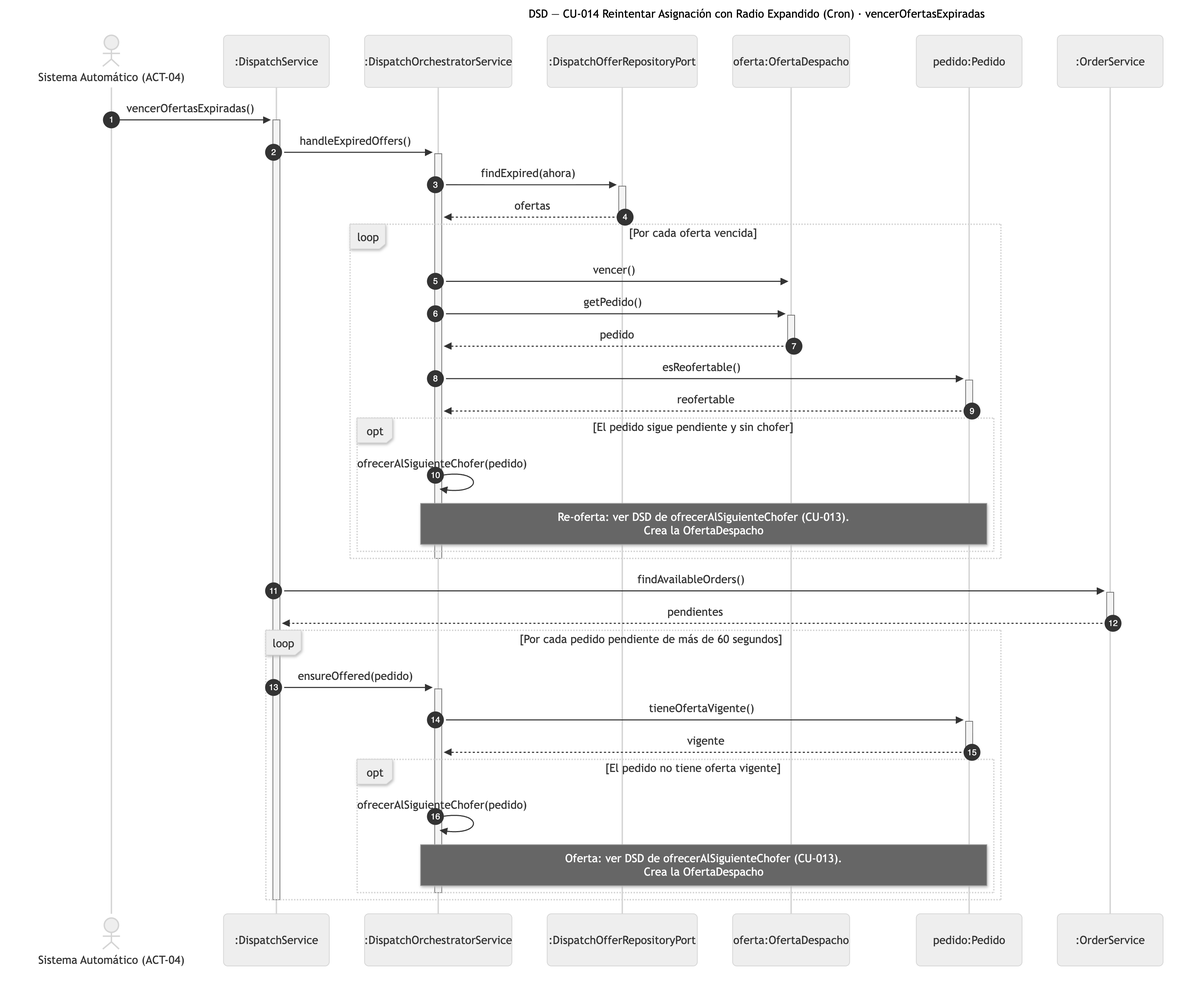
Earlier version of the Mermaid export diagramas/png/DSD_CU-014_vencerOfertasExpiradas.png (Nahuelito-Dev/splg-docs). Its source is kept beside it as diagramas/DSD_CU-014_vencerOfertasExpiradas.mmd.
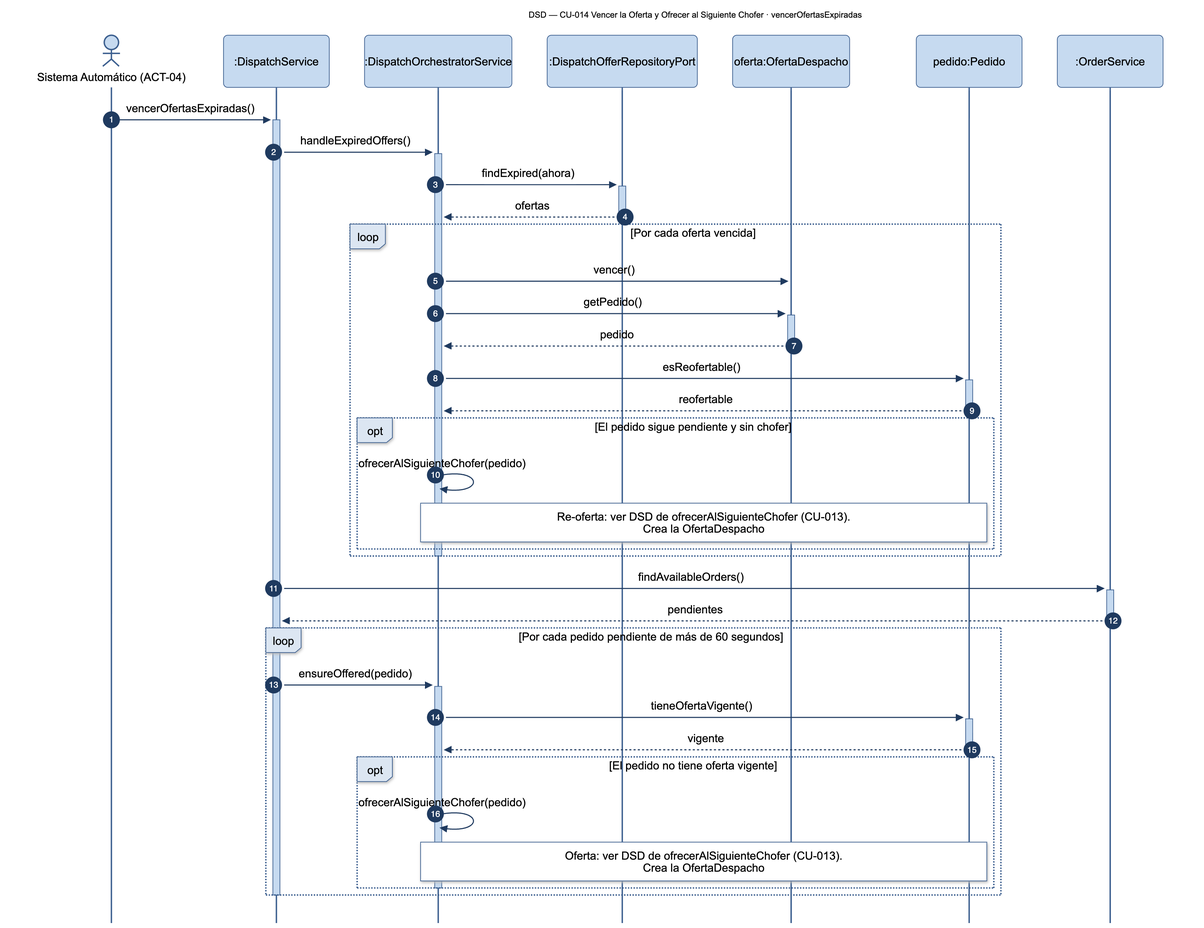
After the change.

Change to the diagram source:
```diff
@@ -1,5 +1,5 @@
 sequenceDiagram
-    title DSD — CU-014 Reintentar Asignación con Radio Expandido (Cron) · vencerOfertasExpiradas
+    title DSD — CU-014 Vencer la Oferta y Ofrecer al Siguiente Chofer · vencerOfertasExpiradas
     autonumber
     actor SIS as Sistema Automático (ACT-04)
     participant TIK as :DispatchService
```
